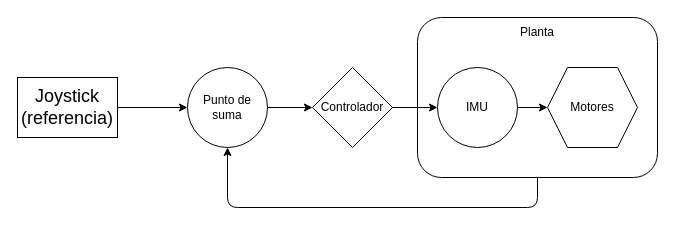
Before: docs/scheme.drawio in Larzt/folele, a draw.io diagram. Source tidied: cells renumbered, new cells numbered last; positions are measured from the earlier drawing's top-left corner, leaving out a move shared by most shapes. Both pictures are drawn from the tidied source at 100%, with x=0, y=0 at pixel (17, 17).
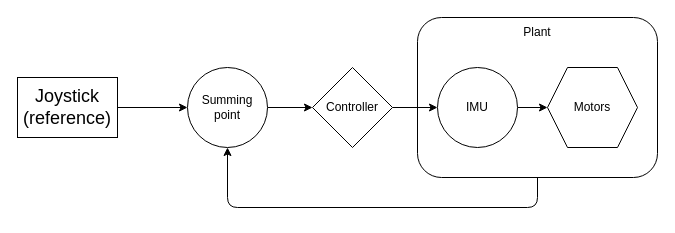
The same diagram, later.

Diff of the diagram source:
```diff
@@
 <mxGraphModel>
   <root>
     <mxCell id="0" />
     <mxCell id="1" parent="0" />
     <mxCell id="2" style="edgeStyle=none;html=1;entryX=0;entryY=0.5;entryDx=0;entryDy=0;" parent="1" edge="1" source="3" target="8">
       <mxGeometry relative="1" as="geometry" />
     </mxCell>
-    <mxCell id="3" value="&lt;div&gt;Punto de suma&lt;/div&gt;" style="ellipse;whiteSpace=wrap;html=1;shapeInside=1;" parent="1" vertex="1">
+    <mxCell id="3" value="&lt;div&gt;Summing point&lt;/div&gt;" style="ellipse;whiteSpace=wrap;html=1;shapeInside=1;" parent="1" vertex="1">
       <mxGeometry x="170" y="50" width="80" height="80" as="geometry" />
     </mxCell>
     <mxCell id="4" style="edgeStyle=none;html=1;entryX=0;entryY=0.5;entryDx=0;entryDy=0;" parent="1" edge="1" source="5" target="3">
       <mxGeometry relative="1" as="geometry" />
     </mxCell>
-    <mxCell id="5" value="&lt;font style=&quot;font-size: 18px;&quot;&gt;Joystick&lt;/font&gt;&lt;div&gt;&lt;font style=&quot;font-size: 18px;&quot;&gt;(referencia)&lt;/font&gt;&lt;/div&gt;" style="whiteSpace=wrap;html=1;" parent="1" vertex="1">
+    <mxCell id="5" value="&lt;font style=&quot;font-size: 18px;&quot;&gt;Joystick&lt;/font&gt;&lt;div&gt;&lt;font style=&quot;font-size: 18px;&quot;&gt;(reference)&lt;/font&gt;&lt;/div&gt;" style="whiteSpace=wrap;html=1;" parent="1" vertex="1">
       <mxGeometry y="60" width="100" height="60" as="geometry" />
     </mxCell>
     <mxCell id="6" style="edgeStyle=none;html=1;entryX=0.5;entryY=1;entryDx=0;entryDy=0;exitX=0.5;exitY=1;exitDx=0;exitDy=0;" parent="1" edge="1" source="12" target="3">
       <mxGeometry x="0.31" relative="1" as="geometry">
         <Array as="points">
           <mxPoint x="520" y="190" />
           <mxPoint x="210" y="190" />
         </Array>
       </mxGeometry>
     </mxCell>
     <mxCell id="7" style="edgeStyle=none;html=1;entryX=0;entryY=0.5;entryDx=0;entryDy=0;" parent="1" edge="1" source="8" target="11">
       <mxGeometry relative="1" as="geometry" />
     </mxCell>
-    <mxCell id="8" value="&lt;div&gt;Controlador&lt;/div&gt;" style="rhombus;whiteSpace=wrap;html=1;shapeInside=1;" parent="1" vertex="1">
+    <mxCell id="8" value="&lt;div&gt;Controller&lt;/div&gt;" style="rhombus;whiteSpace=wrap;html=1;shapeInside=1;" parent="1" vertex="1">
       <mxGeometry x="295" y="50" width="80" height="80" as="geometry" />
     </mxCell>
-    <mxCell id="9" value="Motores" style="shape=hexagon;perimeter=hexagonPerimeter2;whiteSpace=wrap;html=1;shapeInside=1;fixedSize=1;" parent="1" vertex="1">
+    <mxCell id="9" value="Motors" style="shape=hexagon;perimeter=hexagonPerimeter2;whiteSpace=wrap;html=1;shapeInside=1;fixedSize=1;" parent="1" vertex="1">
       <mxGeometry x="530" y="50" width="90" height="80" as="geometry" />
     </mxCell>
     <mxCell id="10" style="edgeStyle=none;html=1;entryX=0;entryY=0.5;entryDx=0;entryDy=0;" parent="1" edge="1" source="11" target="9">
       <mxGeometry relative="1" as="geometry" />
     </mxCell>
     <mxCell id="11" value="IMU" style="ellipse;whiteSpace=wrap;html=1;shapeInside=1;" parent="1" vertex="1">
       <mxGeometry x="420" y="50" width="80" height="80" as="geometry" />
     </mxCell>
     <mxCell id="12" style="rounded=1;whiteSpace=wrap;html=1;fontStyle=0;fillColor=none;" parent="1" vertex="1">
       <mxGeometry x="400" width="240" height="160" as="geometry" />
     </mxCell>
-    <mxCell id="13" value="Planta" style="text;html=1;whiteSpace=wrap;strokeColor=none;fillColor=none;align=center;verticalAlign=middle;rounded=0;" parent="1" vertex="1">
+    <mxCell id="13" value="Plant" style="text;html=1;whiteSpace=wrap;strokeColor=none;fillColor=none;align=center;verticalAlign=middle;rounded=0;" parent="1" vertex="1">
       <mxGeometry x="490" width="60" height="30" as="geometry" />
     </mxCell>
   </root>
 </mxGraphModel>
```
